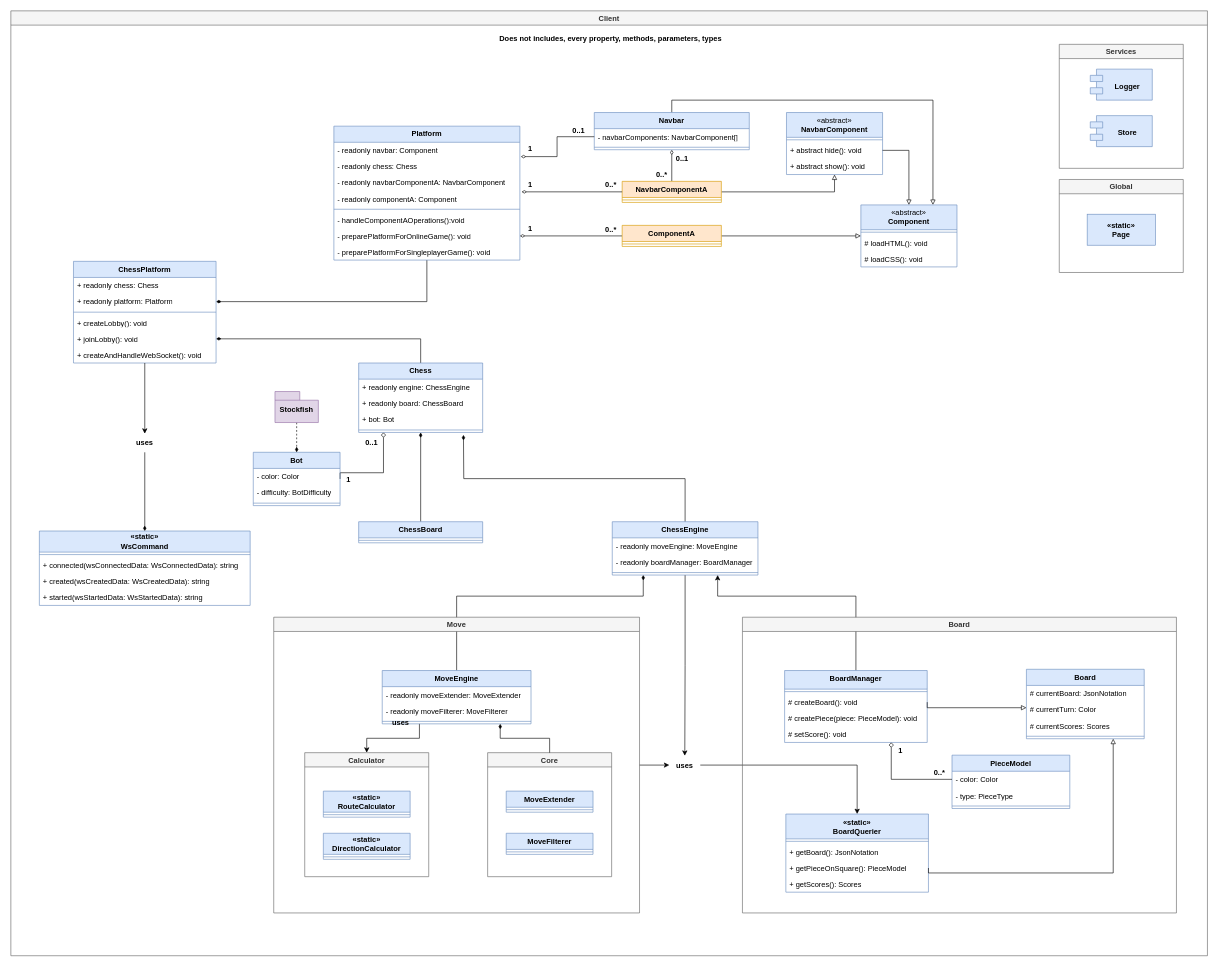
Above: page "Client-Side-Architecture" (1 of 5) of docs/chess-platform.drawio in bberkay/chess (draw.io), before the change. Source tidied: cells renumbered, new cells numbered last; positions are measured from the earlier drawing's top-left corner, leaving out a move shared by most shapes. Both pictures are drawn from the tidied source at 62%, with x=0, y=0 at pixel (11, 11).
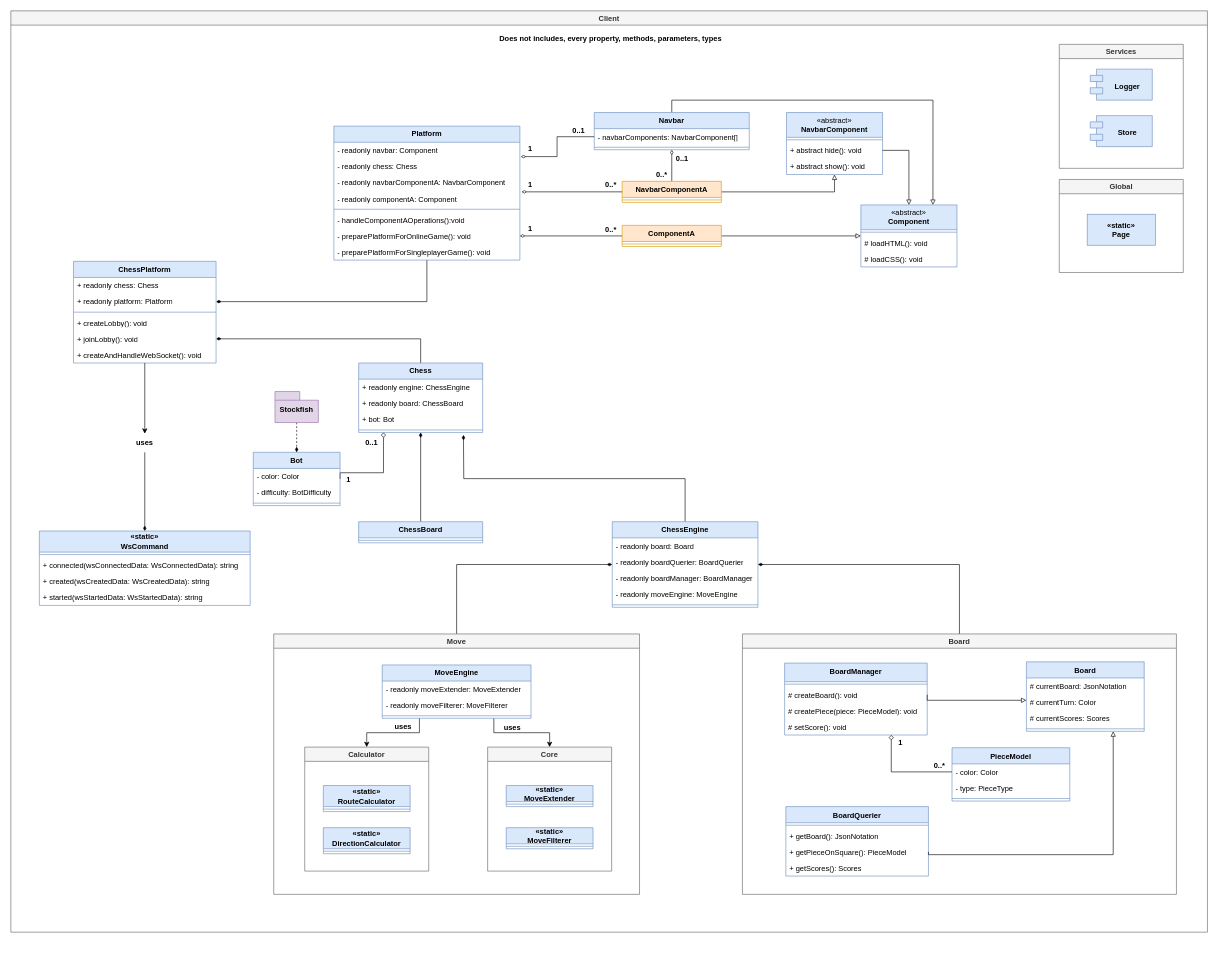
After the change.

Unchanged cells that the change refers to:
```xml
<mxCell id="99" style="line;strokeWidth=1;fillColor=none;align=left;verticalAlign=middle;spacingTop=-1;spacingLeft=3;spacingRight=3;labelPosition=right;points=[];portConstraint=eastwest;strokeColor=inherit;" parent="96" vertex="1">
  <mxGeometry y="78" width="240" height="8" as="geometry" />
</mxCell>
<mxCell id="115" value="# createBoard(): void" style="text;strokeColor=none;fillColor=none;align=left;verticalAlign=top;spacingLeft=4;spacingRight=4;overflow=hidden;points=[[0,0.5],[1,0.5]];portConstraint=eastwest;whiteSpace=wrap;html=1;" parent="113" vertex="1">
  <mxGeometry y="38" width="230" height="26" as="geometry" />
</mxCell>
```

What changed in the source:
```diff
@@
     <mxCell id="81" value="Client" style="swimlane;flipV=0;fillColor=#f5f5f5;strokeColor=#666666;fontColor=#333333;" parent="1" vertex="1">
-      <mxGeometry width="1930" height="1524" as="geometry" />
+      <mxGeometry width="1930" height="1486" as="geometry" />
     </mxCell>
@@
-    <mxCell id="83" style="edgeStyle=orthogonalEdgeStyle;rounded=0;jettySize=auto;html=1;exitX=1;exitY=0.5;exitDx=0;exitDy=0;entryX=0;entryY=0.5;entryDx=0;entryDy=0;" parent="81" edge="1" source="94" target="85">
-      <mxGeometry relative="1" as="geometry" />
-    </mxCell>
-    <mxCell id="84" style="edgeStyle=orthogonalEdgeStyle;rounded=0;jettySize=auto;html=1;exitX=1;exitY=0.5;exitDx=0;exitDy=0;" parent="81" edge="1" source="85" target="122">
-      <mxGeometry relative="1" as="geometry" />
-    </mxCell>
-    <mxCell id="85" value="uses" style="text;html=1;align=center;verticalAlign=middle;whiteSpace=wrap;rounded=0;fontStyle=1;" parent="81" vertex="1">
-      <mxGeometry x="1062" y="1201.5" width="50" height="30" as="geometry" />
-    </mxCell>
@@
-    <mxCell id="87" style="edgeStyle=orthogonalEdgeStyle;rounded=0;jettySize=auto;html=1;exitX=0.5;exitY=1;exitDx=0;exitDy=0;entryX=0.5;entryY=0;entryDx=0;entryDy=0;" parent="81" edge="1" source="88" target="85">
-      <mxGeometry relative="1" as="geometry" />
-    </mxCell>
     <mxCell id="88" value="&lt;b&gt;ChessEngine&lt;/b&gt;" style="swimlane;fontStyle=0;horizontal=1;startSize=26;fillColor=#dae8fc;whiteSpace=wrap;html=1;swimlaneLine=1;glass=0;swimlaneHead=1;strokeColor=#6c8ebf;" parent="81" vertex="1">
-      <mxGeometry x="970" y="824" width="235" height="86" as="geometry" />
+      <mxGeometry x="970" y="824" width="235" height="138" as="geometry" />
     </mxCell>
+    <mxCell id="137" value="- readonly board: Board" style="text;strokeColor=none;fillColor=none;align=left;verticalAlign=top;spacingLeft=4;spacingRight=4;overflow=hidden;whiteSpace=wrap;html=1;" parent="88" vertex="1">
+      <mxGeometry y="26" width="235" height="26" as="geometry" />
+    </mxCell>
-    <mxCell id="89" value="- readonly moveEngine: MoveEngine" style="text;strokeColor=none;fillColor=none;align=left;verticalAlign=top;spacingLeft=4;spacingRight=4;overflow=hidden;whiteSpace=wrap;html=1;" parent="88" vertex="1">
-      <mxGeometry y="26" width="235" height="26" as="geometry" />
+    <mxCell id="89" value="- readonly boardQuerier: BoardQuerier" style="text;strokeColor=none;fillColor=none;align=left;verticalAlign=top;spacingLeft=4;spacingRight=4;overflow=hidden;whiteSpace=wrap;html=1;" parent="88" vertex="1">
+      <mxGeometry y="52" width="235" height="26" as="geometry" />
     </mxCell>
     <mxCell id="90" value="- readonly boardManager: BoardManager" style="text;strokeColor=none;fillColor=none;align=left;verticalAlign=top;spacingLeft=4;spacingRight=4;overflow=hidden;whiteSpace=wrap;html=1;" parent="88" vertex="1">
-      <mxGeometry y="52" width="235" height="26" as="geometry" />
+      <mxGeometry y="78" width="235" height="26" as="geometry" />
     </mxCell>
+    <mxCell id="138" value="- readonly moveEngine: MoveEngine" style="text;strokeColor=none;fillColor=none;align=left;verticalAlign=top;spacingLeft=4;spacingRight=4;overflow=hidden;whiteSpace=wrap;html=1;" parent="88" vertex="1">
+      <mxGeometry y="104" width="235" height="26" as="geometry" />
+    </mxCell>
     <mxCell id="91" style="line;strokeWidth=1;fillColor=none;align=left;verticalAlign=middle;spacingTop=-1;spacingLeft=3;spacingRight=3;labelPosition=right;strokeColor=inherit;" parent="88" vertex="1">
-      <mxGeometry y="78" width="235" height="8" as="geometry" />
+      <mxGeometry y="130" width="235" height="8" as="geometry" />
     </mxCell>
-    <mxCell id="92" style="edgeStyle=orthogonalEdgeStyle;rounded=0;jettySize=auto;html=1;exitX=0.5;exitY=0;exitDx=0;exitDy=0;endArrow=diamondThin;endFill=1;" parent="81" edge="1" source="96" target="88">
-      <mxGeometry relative="1" as="geometry">
-        <Array as="points">
-          <mxPoint x="719" y="944" />
-          <mxPoint x="1020" y="944" />
-        </Array>
-      </mxGeometry>
-    </mxCell>
-    <mxCell id="93" style="edgeStyle=orthogonalEdgeStyle;rounded=0;jettySize=auto;html=1;exitX=0.5;exitY=0;exitDx=0;exitDy=0;" parent="81" edge="1" source="113" target="88">
-      <mxGeometry relative="1" as="geometry">
-        <Array as="points">
-          <mxPoint x="1363" y="944" />
-          <mxPoint x="1140" y="944" />
-        </Array>
-      </mxGeometry>
-    </mxCell>
+    <mxCell id="139" style="edgeStyle=orthogonalEdgeStyle;rounded=0;jettySize=auto;html=1;exitX=0.5;exitY=0;exitDx=0;exitDy=0;endArrow=diamondThin;endFill=1;" parent="81" edge="1" source="94" target="88">
+      <mxGeometry relative="1" as="geometry">
+        <Array as="points">
+          <mxPoint x="719" y="893" />
+        </Array>
+      </mxGeometry>
+    </mxCell>
     <mxCell id="94" value="Move" style="swimlane;fillColor=#f5f5f5;fontColor=#333333;strokeColor=#666666;" parent="81" vertex="1">
-      <mxGeometry x="424" y="978" width="590" height="477" as="geometry" />
+      <mxGeometry x="424" y="1005" width="590" height="420" as="geometry" />
     </mxCell>
@@
+    <mxCell id="140" style="edgeStyle=orthogonalEdgeStyle;rounded=0;jettySize=auto;html=1;exitX=0.75;exitY=1;exitDx=0;exitDy=0;" parent="94" edge="1" source="96" target="100">
+      <mxGeometry relative="1" as="geometry" />
+    </mxCell>
     <mxCell id="96" value="&lt;b&gt;MoveEngine&lt;/b&gt;" style="swimlane;fontStyle=0;horizontal=1;startSize=26;fillColor=#dae8fc;whiteSpace=wrap;html=1;strokeColor=#6c8ebf;" parent="94" vertex="1">
-      <mxGeometry x="175" y="86" width="240" height="86" as="geometry" />
+      <mxGeometry x="175" y="50" width="240" height="86" as="geometry" />
     </mxCell>
@@
     <mxCell id="100" value="Core" style="swimlane;fillColor=#f5f5f5;fontColor=#333333;strokeColor=#666666;" parent="94" vertex="1">
-      <mxGeometry x="345" y="218.5" width="200" height="200" as="geometry" />
+      <mxGeometry x="345" y="182.5" width="200" height="200" as="geometry" />
     </mxCell>
-    <mxCell id="101" value="&lt;b&gt;MoveExtender&lt;/b&gt;" style="swimlane;fontStyle=0;horizontal=1;startSize=26;fillColor=#dae8fc;whiteSpace=wrap;html=1;strokeColor=#6c8ebf;" parent="100" vertex="1">
+    <mxCell id="101" value="&lt;div&gt;&lt;b&gt;«static»&lt;/b&gt;&lt;/div&gt;&lt;div&gt;&lt;b&gt;MoveExtender&lt;/b&gt;&lt;/div&gt;" style="swimlane;fontStyle=0;horizontal=1;startSize=26;fillColor=#dae8fc;whiteSpace=wrap;html=1;strokeColor=#6c8ebf;" parent="100" vertex="1">
       <mxGeometry x="30" y="62" width="140" height="34" as="geometry" />
     </mxCell>
@@
-    <mxCell id="103" value="&lt;b&gt;MoveFilterer&lt;/b&gt;" style="swimlane;fontStyle=0;horizontal=1;startSize=26;fillColor=#dae8fc;whiteSpace=wrap;html=1;strokeColor=#6c8ebf;" parent="100" vertex="1">
+    <mxCell id="103" value="&lt;div&gt;&lt;b&gt;«static»&lt;/b&gt;&lt;/div&gt;&lt;div&gt;&lt;b&gt;MoveFilterer&lt;/b&gt;&lt;/div&gt;" style="swimlane;fontStyle=0;horizontal=1;startSize=26;fillColor=#dae8fc;whiteSpace=wrap;html=1;strokeColor=#6c8ebf;" parent="100" vertex="1">
       <mxGeometry x="30" y="130" width="140" height="34" as="geometry" />
     </mxCell>
@@
     <mxCell id="105" value="Calculator" style="swimlane;fillColor=#f5f5f5;fontColor=#333333;strokeColor=#666666;" parent="94" vertex="1">
-      <mxGeometry x="50" y="218.5" width="200" height="200" as="geometry" />
+      <mxGeometry x="50" y="182.5" width="200" height="200" as="geometry" />
     </mxCell>
@@
-    <mxCell id="110" style="edgeStyle=orthogonalEdgeStyle;rounded=0;jettySize=auto;html=1;exitX=0.5;exitY=0;exitDx=0;exitDy=0;entryX=0.793;entryY=1;entryDx=0;entryDy=0;entryPerimeter=0;endArrow=diamondThin;endFill=1;" parent="94" edge="1" source="100" target="99">
-      <mxGeometry relative="1" as="geometry" />
-    </mxCell>
     <mxCell id="111" value="uses" style="text;html=1;align=center;verticalAlign=middle;whiteSpace=wrap;rounded=0;fontStyle=1;" parent="94" vertex="1">
-      <mxGeometry x="175" y="156" width="60" height="30" as="geometry" />
+      <mxGeometry x="179" y="134" width="60" height="30" as="geometry" />
     </mxCell>
+    <mxCell id="85" value="uses" style="text;html=1;align=center;verticalAlign=middle;whiteSpace=wrap;rounded=0;fontStyle=1;" parent="94" vertex="1">
+      <mxGeometry x="355" y="136" width="60" height="30" as="geometry" />
+    </mxCell>
+    <mxCell id="141" style="edgeStyle=orthogonalEdgeStyle;rounded=0;jettySize=auto;html=1;exitX=0.5;exitY=0;exitDx=0;exitDy=0;endArrow=diamondThin;endFill=1;" parent="81" edge="1" source="112" target="88">
+      <mxGeometry relative="1" as="geometry">
+        <Array as="points">
+          <mxPoint x="1530" y="893" />
+        </Array>
+      </mxGeometry>
+    </mxCell>
     <mxCell id="112" value="Board" style="swimlane;fillColor=#f5f5f5;fontColor=#333333;strokeColor=#666666;" parent="81" vertex="1">
-      <mxGeometry x="1180" y="978" width="700" height="477" as="geometry" />
+      <mxGeometry x="1180" y="1005" width="700" height="420" as="geometry" />
     </mxCell>
     <mxCell id="113" value="BoardManager" style="swimlane;fontStyle=1;align=center;verticalAlign=top;horizontal=1;startSize=30;whiteSpace=wrap;html=1;fillColor=#dae8fc;strokeColor=#6c8ebf;" parent="112" vertex="1">
-      <mxGeometry x="68" y="86" width="230" height="116" as="geometry" />
+      <mxGeometry x="68" y="47" width="230" height="116" as="geometry" />
     </mxCell>
@@
     <mxCell id="118" value="PieceModel" style="swimlane;fontStyle=1;align=center;verticalAlign=top;horizontal=1;startSize=26;whiteSpace=wrap;html=1;fillColor=#dae8fc;strokeColor=#6c8ebf;" parent="112" vertex="1">
-      <mxGeometry x="338" y="222.5" width="190" height="86" as="geometry" />
+      <mxGeometry x="338" y="183.5" width="190" height="86" as="geometry" />
     </mxCell>
@@
-    <mxCell id="122" value="&lt;div&gt;«static»&lt;/div&gt;&lt;div&gt;BoardQuerier&lt;/div&gt;" style="swimlane;fontStyle=1;align=center;verticalAlign=top;horizontal=1;startSize=40;whiteSpace=wrap;html=1;fillColor=#dae8fc;strokeColor=#6c8ebf;" parent="112" vertex="1">
-      <mxGeometry x="70" y="317.5" width="230" height="126" as="geometry" />
+    <mxCell id="122" value="&lt;div&gt;BoardQuerier&lt;/div&gt;" style="swimlane;fontStyle=1;align=center;verticalAlign=top;horizontal=1;startSize=26;whiteSpace=wrap;html=1;fillColor=#dae8fc;strokeColor=#6c8ebf;" parent="112" vertex="1">
+      <mxGeometry x="70" y="278.5" width="230" height="112" as="geometry" />
     </mxCell>
     <mxCell id="123" style="line;strokeWidth=1;fillColor=none;align=left;verticalAlign=middle;spacingTop=-1;spacingLeft=3;spacingRight=3;labelPosition=right;strokeColor=inherit;" parent="122" vertex="1">
-      <mxGeometry y="40" width="230" height="8" as="geometry" />
+      <mxGeometry y="26" width="230" height="8" as="geometry" />
     </mxCell>
     <mxCell id="124" value="+ getBoard(): JsonNotation" style="text;strokeColor=none;fillColor=none;align=left;verticalAlign=top;spacingLeft=4;spacingRight=4;overflow=hidden;whiteSpace=wrap;html=1;" parent="122" vertex="1">
-      <mxGeometry y="48" width="230" height="26" as="geometry" />
+      <mxGeometry y="34" width="230" height="26" as="geometry" />
     </mxCell>
     <mxCell id="125" value="+ getPieceOnSquare(): PieceModel" style="text;strokeColor=none;fillColor=none;align=left;verticalAlign=top;spacingLeft=4;spacingRight=4;overflow=hidden;points=[[0,0.5],[1,0.5]];portConstraint=eastwest;whiteSpace=wrap;html=1;" parent="122" vertex="1">
-      <mxGeometry y="74" width="230" height="26" as="geometry" />
+      <mxGeometry y="60" width="230" height="26" as="geometry" />
     </mxCell>
     <mxCell id="126" value="+ getScores(): Scores" style="text;strokeColor=none;fillColor=none;align=left;verticalAlign=top;spacingLeft=4;spacingRight=4;overflow=hidden;whiteSpace=wrap;html=1;" parent="122" vertex="1">
-      <mxGeometry y="100" width="230" height="26" as="geometry" />
+      <mxGeometry y="86" width="230" height="26" as="geometry" />
     </mxCell>
     <mxCell id="127" value="Board" style="swimlane;fontStyle=1;align=center;verticalAlign=top;horizontal=1;startSize=26;whiteSpace=wrap;html=1;fillColor=#dae8fc;strokeColor=#6c8ebf;" parent="112" vertex="1">
-      <mxGeometry x="458" y="84" width="190" height="112" as="geometry" />
+      <mxGeometry x="458" y="45" width="190" height="112" as="geometry" />
     </mxCell>
@@
     <mxCell id="132" style="edgeStyle=orthogonalEdgeStyle;rounded=0;jettySize=auto;html=1;exitX=1;exitY=0.5;exitDx=0;exitDy=0;endArrow=block;endFill=0;" parent="112" edge="1" source="115" target="127">
       <mxGeometry relative="1" as="geometry">
         <Array as="points">
-          <mxPoint x="298" y="146" />
+          <mxPoint x="298" y="107" />
         </Array>
       </mxGeometry>
     </mxCell>
     <mxCell id="133" style="edgeStyle=orthogonalEdgeStyle;rounded=0;jettySize=auto;html=1;exitX=1;exitY=0.5;exitDx=0;exitDy=0;endArrow=block;endFill=0;" parent="112" edge="1" source="125" target="127">
       <mxGeometry relative="1" as="geometry">
         <Array as="points">
-          <mxPoint x="598" y="412.5" />
+          <mxPoint x="300" y="356" />
+          <mxPoint x="598" y="356" />
         </Array>
       </mxGeometry>
     </mxCell>
@@
     <mxCell id="135" value="1" style="text;html=1;align=center;verticalAlign=middle;whiteSpace=wrap;rounded=0;fontStyle=1;" parent="112" vertex="1">
-      <mxGeometry x="225" y="199.5" width="60" height="30" as="geometry" />
+      <mxGeometry x="225" y="160.5" width="60" height="30" as="geometry" />
     </mxCell>
     <mxCell id="136" value="0..*" style="text;html=1;align=center;verticalAlign=middle;whiteSpace=wrap;rounded=0;fontStyle=1;" parent="112" vertex="1">
-      <mxGeometry x="288" y="235.5" width="60" height="30" as="geometry" />
+      <mxGeometry x="288" y="196.5" width="60" height="30" as="geometry" />
     </mxCell>
```
